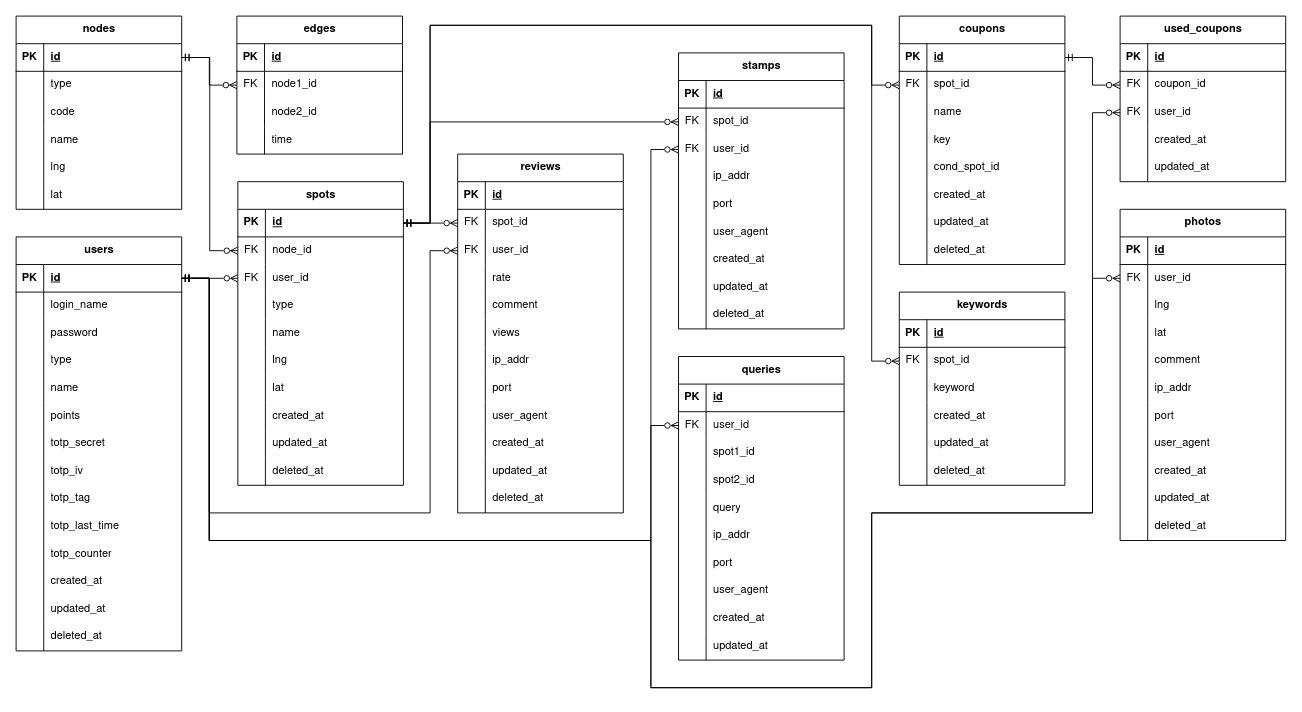
Above: docs/figure/gaibu-er.drawio in r02092/se2025 (draw.io), before the change. Source tidied: cells renumbered, new cells numbered last; positions are measured from the earlier drawing's top-left corner, leaving out a move shared by most shapes. Both pictures are drawn from the tidied source at 92%, with x=0, y=0 at pixel (16, 16).
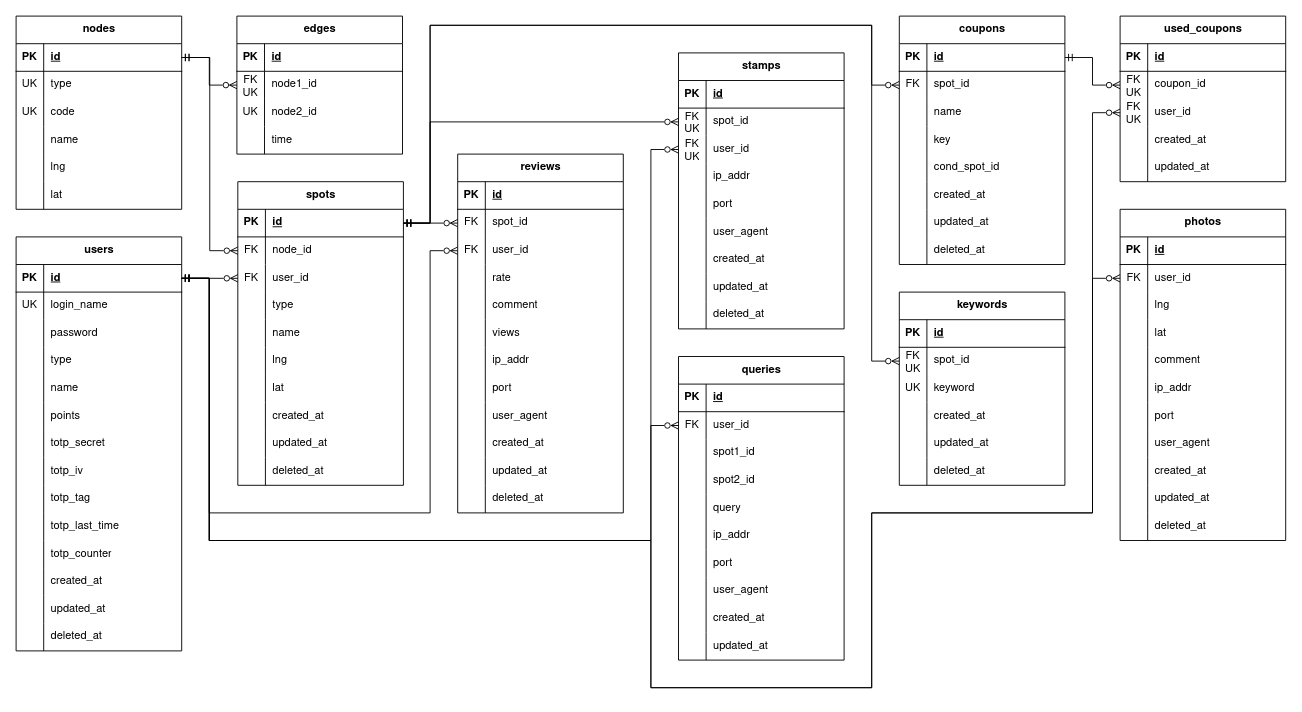
The same diagram, later.

Commit message (it also covers changes not shown here):
ER図に一意性制約を追加

Unchanged cells that the change refers to:
```xml
<mxCell id="6" style="shape=tableRow;horizontal=0;startSize=0;swimlaneHead=0;swimlaneBody=0;fillColor=none;top=0;left=0;right=0;bottom=0;fontFamily=Nimbus Sans;" parent="2" vertex="1">
  <mxGeometry y="60" width="180" height="30" as="geometry" />
</mxCell>
<mxCell id="9" style="shape=tableRow;horizontal=0;startSize=0;swimlaneHead=0;swimlaneBody=0;fillColor=none;top=0;left=0;right=0;bottom=0;fontFamily=Nimbus Sans;" parent="2" vertex="1">
  <mxGeometry y="90" width="180" height="30" as="geometry" />
</mxCell>
<mxCell id="25" style="shape=tableRow;horizontal=0;startSize=0;swimlaneHead=0;swimlaneBody=0;fillColor=none;points=[[0,0.5],[1,0.5]];portConstraint=eastwest;top=0;left=0;right=0;bottom=0;fontFamily=Nimbus Sans;" parent="21" vertex="1">
  <mxGeometry y="60" width="180" height="30" as="geometry" />
</mxCell>
<mxCell id="28" style="shape=tableRow;horizontal=0;startSize=0;swimlaneHead=0;swimlaneBody=0;fillColor=none;top=0;left=0;right=0;bottom=0;fontFamily=Nimbus Sans;" parent="21" vertex="1">
  <mxGeometry y="90" width="180" height="30" as="geometry" />
</mxCell>
<mxCell id="71" style="shape=tableRow;horizontal=0;startSize=0;swimlaneHead=0;swimlaneBody=0;fillColor=none;top=0;left=0;right=0;bottom=0;fontFamily=Nimbus Sans;" parent="67" vertex="1">
  <mxGeometry y="60" width="180" height="30" as="geometry" />
</mxCell>
<mxCell id="186" style="shape=tableRow;horizontal=0;startSize=0;swimlaneHead=0;swimlaneBody=0;fillColor=none;points=[[0,0.5],[1,0.5]];portConstraint=eastwest;top=0;left=0;right=0;bottom=0;fontFamily=Nimbus Sans;" parent="182" vertex="1">
  <mxGeometry y="60" width="180" height="30" as="geometry" />
</mxCell>
<mxCell id="189" style="shape=tableRow;horizontal=0;startSize=0;swimlaneHead=0;swimlaneBody=0;fillColor=none;points=[[0,0.5],[1,0.5]];portConstraint=eastwest;top=0;left=0;right=0;bottom=0;fontFamily=Nimbus Sans;" parent="182" vertex="1">
  <mxGeometry y="90" width="180" height="30" as="geometry" />
</mxCell>
<mxCell id="245" style="shape=tableRow;horizontal=0;startSize=0;swimlaneHead=0;swimlaneBody=0;fillColor=none;points=[[0,0.5],[1,0.5]];portConstraint=eastwest;top=0;left=0;right=0;bottom=0;fontFamily=Nimbus Sans;" parent="241" vertex="1">
  <mxGeometry y="60" width="180" height="30" as="geometry" />
</mxCell>
<mxCell id="248" style="shape=tableRow;horizontal=0;startSize=0;swimlaneHead=0;swimlaneBody=0;fillColor=none;points=[[0,0.5],[1,0.5]];portConstraint=eastwest;top=0;left=0;right=0;bottom=0;fontFamily=Nimbus Sans;" parent="241" vertex="1">
  <mxGeometry y="90" width="180" height="30" as="geometry" />
</mxCell>
<mxCell id="295" style="shape=tableRow;horizontal=0;startSize=0;swimlaneHead=0;swimlaneBody=0;fillColor=none;points=[[0,0.5],[1,0.5]];portConstraint=eastwest;top=0;left=0;right=0;bottom=0;fontFamily=Nimbus Sans;" parent="291" vertex="1">
  <mxGeometry y="60" width="180" height="30" as="geometry" />
</mxCell>
<mxCell id="298" style="shape=tableRow;horizontal=0;startSize=0;swimlaneHead=0;swimlaneBody=0;fillColor=none;top=0;left=0;right=0;bottom=0;fontFamily=Nimbus Sans;" parent="291" vertex="1">
  <mxGeometry y="90" width="180" height="30" as="geometry" />
</mxCell>
```

Change to the diagram source:
```diff
@@
-    <mxCell id="7" style="shape=partialRectangle;fillColor=none;top=0;left=0;bottom=0;right=0;overflow=hidden;whiteSpace=wrap;html=1;fontFamily=Nimbus Sans;" parent="6" vertex="1">
+    <mxCell id="7" value="UK" style="shape=partialRectangle;fillColor=none;top=0;left=0;bottom=0;right=0;overflow=hidden;whiteSpace=wrap;html=1;fontFamily=Nimbus Sans;" parent="6" vertex="1">
       <mxGeometry width="30" height="30" as="geometry" />
     </mxCell>
@@
-    <mxCell id="10" style="shape=partialRectangle;fillColor=none;top=0;left=0;bottom=0;right=0;overflow=hidden;whiteSpace=wrap;html=1;fontFamily=Nimbus Sans;" parent="9" vertex="1">
+    <mxCell id="10" value="UK" style="shape=partialRectangle;fillColor=none;top=0;left=0;bottom=0;right=0;overflow=hidden;whiteSpace=wrap;html=1;fontFamily=Nimbus Sans;" parent="9" vertex="1">
       <mxGeometry width="30" height="30" as="geometry" />
     </mxCell>
@@
-    <mxCell id="26" value="FK" style="shape=partialRectangle;fillColor=none;top=0;left=0;bottom=0;right=0;overflow=hidden;whiteSpace=wrap;html=1;fontFamily=Nimbus Sans;" parent="25" vertex="1">
+    <mxCell id="26" value="&lt;div&gt;FK&lt;/div&gt;&lt;div&gt;UK&lt;/div&gt;" style="shape=partialRectangle;fillColor=none;top=0;left=0;bottom=0;right=0;overflow=hidden;whiteSpace=wrap;html=1;fontFamily=Nimbus Sans;" parent="25" vertex="1">
       <mxGeometry width="30" height="30" as="geometry" />
     </mxCell>
@@
-    <mxCell id="29" style="shape=partialRectangle;fillColor=none;top=0;left=0;bottom=0;right=0;overflow=hidden;whiteSpace=wrap;html=1;fontFamily=Nimbus Sans;" parent="28" vertex="1">
+    <mxCell id="29" value="UK" style="shape=partialRectangle;fillColor=none;top=0;left=0;bottom=0;right=0;overflow=hidden;whiteSpace=wrap;html=1;fontFamily=Nimbus Sans;" parent="28" vertex="1">
       <mxGeometry width="30" height="30" as="geometry" />
     </mxCell>
@@
-    <mxCell id="72" style="shape=partialRectangle;fillColor=none;top=0;left=0;bottom=0;right=0;overflow=hidden;whiteSpace=wrap;html=1;fontFamily=Nimbus Sans;" parent="71" vertex="1">
+    <mxCell id="72" value="UK" style="shape=partialRectangle;fillColor=none;top=0;left=0;bottom=0;right=0;overflow=hidden;whiteSpace=wrap;html=1;fontFamily=Nimbus Sans;" parent="71" vertex="1">
       <mxGeometry width="30" height="30" as="geometry" />
     </mxCell>
@@
-    <mxCell id="187" value="FK" style="shape=partialRectangle;fillColor=none;top=0;left=0;bottom=0;right=0;overflow=hidden;whiteSpace=wrap;html=1;fontFamily=Nimbus Sans;" parent="186" vertex="1">
+    <mxCell id="187" value="&lt;div&gt;FK&lt;/div&gt;UK" style="shape=partialRectangle;fillColor=none;top=0;left=0;bottom=0;right=0;overflow=hidden;whiteSpace=wrap;html=1;fontFamily=Nimbus Sans;" parent="186" vertex="1">
       <mxGeometry width="30" height="30" as="geometry" />
     </mxCell>
@@
-    <mxCell id="190" value="FK" style="shape=partialRectangle;fillColor=none;top=0;left=0;bottom=0;right=0;overflow=hidden;whiteSpace=wrap;html=1;fontFamily=Nimbus Sans;" parent="189" vertex="1">
+    <mxCell id="190" value="&lt;div&gt;FK&lt;/div&gt;UK" style="shape=partialRectangle;fillColor=none;top=0;left=0;bottom=0;right=0;overflow=hidden;whiteSpace=wrap;html=1;fontFamily=Nimbus Sans;" parent="189" vertex="1">
       <mxGeometry width="30" height="30" as="geometry" />
     </mxCell>
@@
-    <mxCell id="246" value="FK" style="shape=partialRectangle;fillColor=none;top=0;left=0;bottom=0;right=0;overflow=hidden;whiteSpace=wrap;html=1;fontFamily=Nimbus Sans;" parent="245" vertex="1">
+    <mxCell id="246" value="&lt;div&gt;FK&lt;/div&gt;UK" style="shape=partialRectangle;fillColor=none;top=0;left=0;bottom=0;right=0;overflow=hidden;whiteSpace=wrap;html=1;fontFamily=Nimbus Sans;" parent="245" vertex="1">
       <mxGeometry width="30" height="30" as="geometry" />
     </mxCell>
@@
-    <mxCell id="249" value="FK" style="shape=partialRectangle;fillColor=none;top=0;left=0;bottom=0;right=0;overflow=hidden;whiteSpace=wrap;html=1;fontFamily=Nimbus Sans;" parent="248" vertex="1">
+    <mxCell id="249" value="&lt;div&gt;FK&lt;/div&gt;UK" style="shape=partialRectangle;fillColor=none;top=0;left=0;bottom=0;right=0;overflow=hidden;whiteSpace=wrap;html=1;fontFamily=Nimbus Sans;" parent="248" vertex="1">
       <mxGeometry width="30" height="30" as="geometry" />
     </mxCell>
@@
-    <mxCell id="296" value="FK" style="shape=partialRectangle;fillColor=none;top=0;left=0;bottom=0;right=0;overflow=hidden;whiteSpace=wrap;html=1;fontFamily=Nimbus Sans;" parent="295" vertex="1">
+    <mxCell id="296" value="&lt;div&gt;FK&lt;/div&gt;UK" style="shape=partialRectangle;fillColor=none;top=0;left=0;bottom=0;right=0;overflow=hidden;whiteSpace=wrap;html=1;fontFamily=Nimbus Sans;" parent="295" vertex="1">
       <mxGeometry width="30" height="30" as="geometry" />
     </mxCell>
@@
-    <mxCell id="299" style="shape=partialRectangle;fillColor=none;top=0;left=0;bottom=0;right=0;overflow=hidden;whiteSpace=wrap;html=1;fontFamily=Nimbus Sans;" parent="298" vertex="1">
+    <mxCell id="299" value="UK" style="shape=partialRectangle;fillColor=none;top=0;left=0;bottom=0;right=0;overflow=hidden;whiteSpace=wrap;html=1;fontFamily=Nimbus Sans;" parent="298" vertex="1">
       <mxGeometry width="30" height="30" as="geometry" />
     </mxCell>
```
